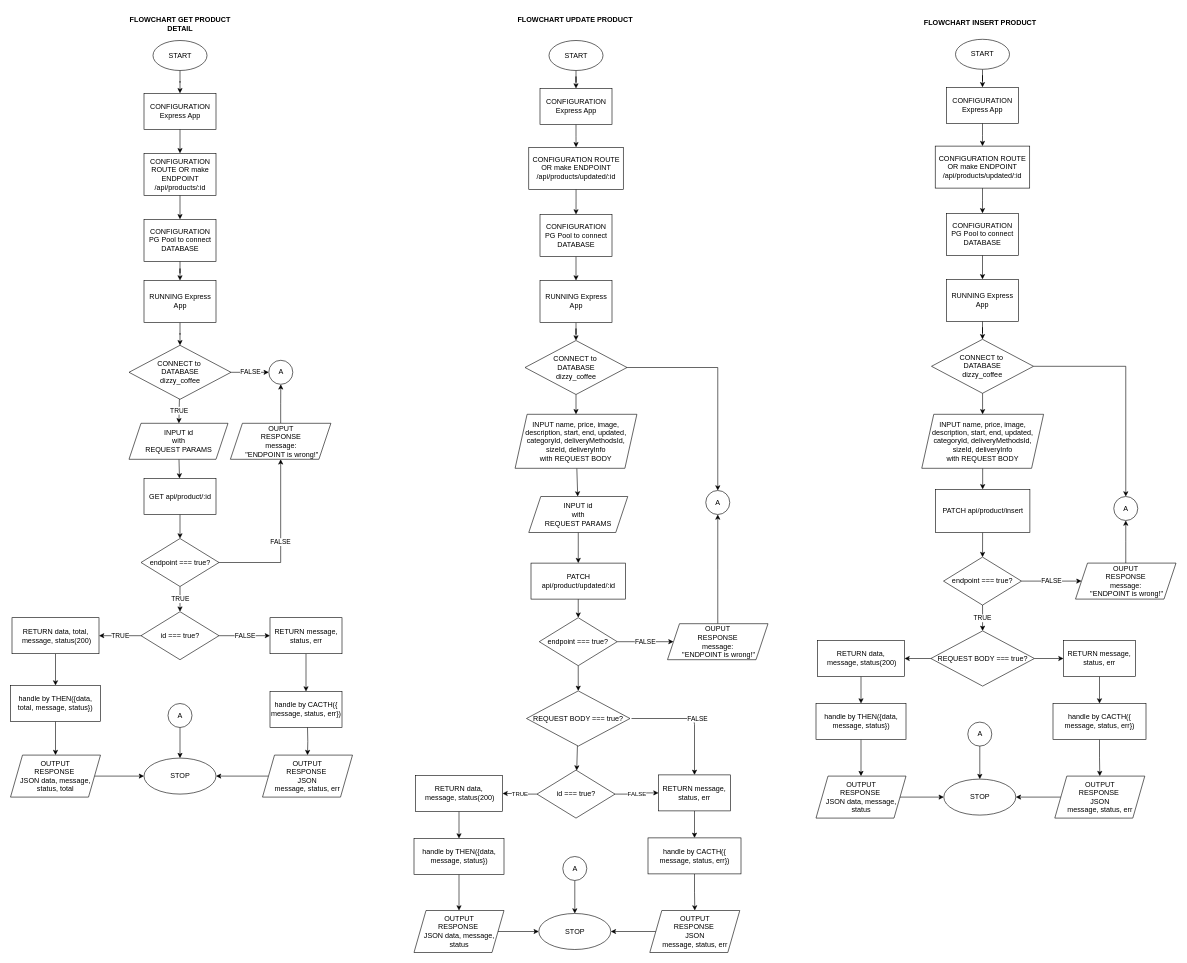
Earlier version of the draw.io diagram others/flowchart&ERD/FLOWCHART-DIZZY-COFFEE.drawio (faryadicka/DIZZY-COFFEE-BACKEND). Source tidied: cells renumbered, new cells numbered last; positions are measured from the earlier drawing's top-left corner, leaving out a move shared by most shapes. Both pictures are drawn from the tidied source at 60%, with x=0, y=0 at pixel (10, 10).
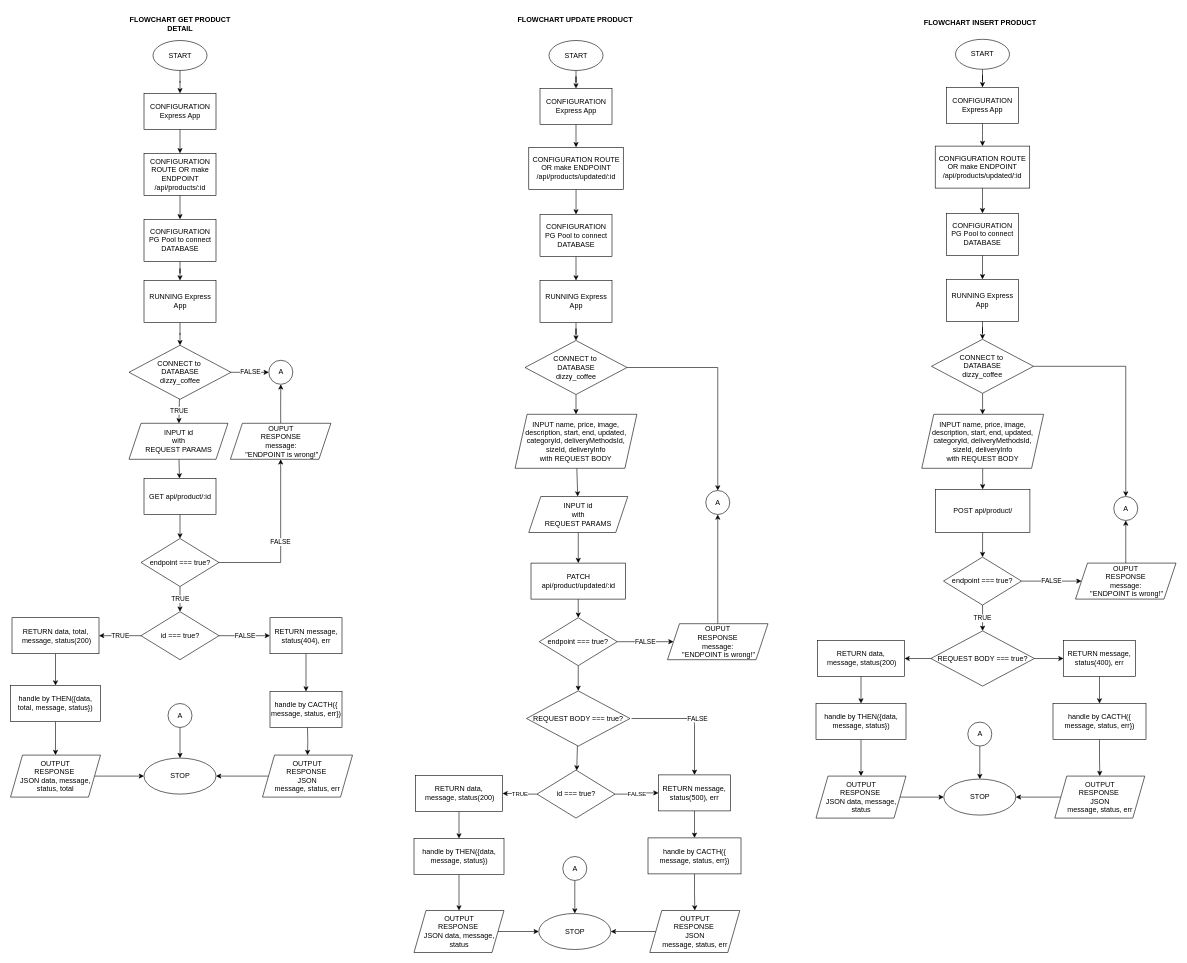
The same diagram, later.

Change to the diagram source:
```diff
@@
-    <mxCell id="25" value="RETURN message, status, err" style="whiteSpace=wrap;html=1;" parent="1" vertex="1">
+    <mxCell id="25" value="RETURN message, status(404), err" style="whiteSpace=wrap;html=1;" parent="1" vertex="1">
       <mxGeometry x="432.5" y="1012" width="120" height="60" as="geometry" />
     </mxCell>
@@
-    <mxCell id="67" value="RETURN message, status, err" style="whiteSpace=wrap;html=1;" parent="1" vertex="1">
+    <mxCell id="67" value="RETURN message, status(500), err" style="whiteSpace=wrap;html=1;" parent="1" vertex="1">
       <mxGeometry x="1080" y="1274" width="120" height="60" as="geometry" />
     </mxCell>
@@
-    <mxCell id="110" value="RETURN message, status, err" style="whiteSpace=wrap;html=1;" parent="1" vertex="1">
+    <mxCell id="110" value="RETURN message, status(400), err" style="whiteSpace=wrap;html=1;" parent="1" vertex="1">
       <mxGeometry x="1755" y="1050" width="120" height="60" as="geometry" />
     </mxCell>
@@
-    <mxCell id="114" value="PATCH api/product/insert" style="rounded=0;whiteSpace=wrap;html=1;" parent="1" vertex="1">
+    <mxCell id="114" value="POST api/product/" style="rounded=0;whiteSpace=wrap;html=1;" parent="1" vertex="1">
       <mxGeometry x="1541.5" y="798" width="157.5" height="72" as="geometry" />
     </mxCell>
```
